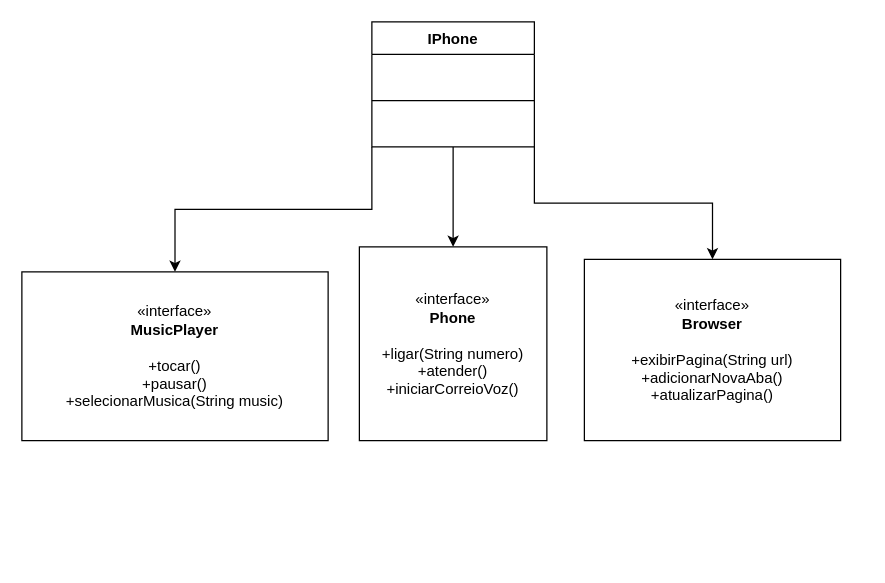
The draw.io diagram iPhone.drawio in bernatrustici/iPhoneUML, before the edit. Source tidied: cells renumbered, new cells numbered last; positions are measured from the earlier drawing's top-left corner, leaving out a move shared by most shapes. Both pictures are drawn from the tidied source at 125%, with x=0, y=0 at pixel (21, 21).
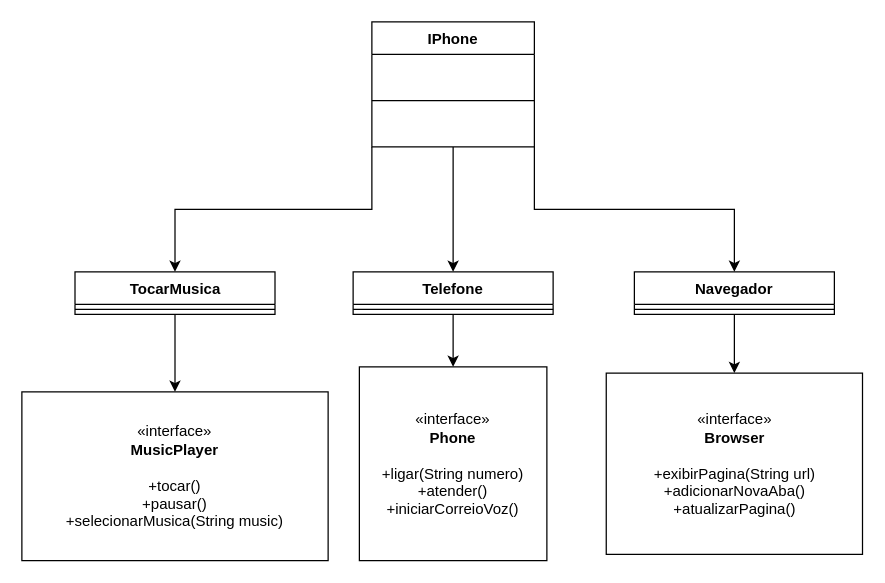
The same diagram, later.

The edit, as a diff of the source:
```diff
@@
 <mxGraphModel>
   <root>
     <mxCell id="0" />
     <mxCell id="1" parent="0" />
-    <mxCell id="2" style="edgeStyle=orthogonalEdgeStyle;rounded=0;jettySize=auto;html=1;exitX=0;exitY=1;exitDx=0;exitDy=0;" parent="1" edge="1" source="5" target="7">
-      <mxGeometry relative="1" as="geometry" />
-    </mxCell>
-    <mxCell id="3" style="edgeStyle=orthogonalEdgeStyle;rounded=0;jettySize=auto;html=1;exitX=0.5;exitY=1;exitDx=0;exitDy=0;" parent="1" edge="1" source="5" target="8">
-      <mxGeometry relative="1" as="geometry" />
-    </mxCell>
-    <mxCell id="4" style="edgeStyle=orthogonalEdgeStyle;rounded=0;jettySize=auto;html=1;exitX=1;exitY=1;exitDx=0;exitDy=0;" parent="1" edge="1" source="5" target="9">
-      <mxGeometry relative="1" as="geometry" />
-    </mxCell>
+    <mxCell id="10" style="edgeStyle=orthogonalEdgeStyle;rounded=0;jettySize=auto;html=1;exitX=0;exitY=1;exitDx=0;exitDy=0;" parent="1" edge="1" source="5" target="14">
+      <mxGeometry relative="1" as="geometry" />
+    </mxCell>
+    <mxCell id="11" style="edgeStyle=orthogonalEdgeStyle;rounded=0;jettySize=auto;html=1;exitX=0.5;exitY=1;exitDx=0;exitDy=0;" parent="1" edge="1" source="5" target="17">
+      <mxGeometry relative="1" as="geometry" />
+    </mxCell>
+    <mxCell id="12" style="edgeStyle=orthogonalEdgeStyle;rounded=0;jettySize=auto;html=1;exitX=1;exitY=1;exitDx=0;exitDy=0;" parent="1" edge="1" source="5" target="20">
+      <mxGeometry relative="1" as="geometry" />
+    </mxCell>
     <mxCell id="5" value="IPhone&lt;div&gt;&lt;br&gt;&lt;/div&gt;" style="swimlane;fontStyle=1;align=center;verticalAlign=top;horizontal=1;startSize=26;whiteSpace=wrap;html=1;" parent="1" vertex="1">
       <mxGeometry x="280" width="130" height="100" as="geometry" />
     </mxCell>
     <mxCell id="6" value="&#10;" style="line;strokeWidth=1;fillColor=none;align=left;verticalAlign=middle;spacingTop=-1;spacingLeft=3;spacingRight=3;labelPosition=right;strokeColor=inherit;" parent="5" vertex="1">
       <mxGeometry y="26" width="130" height="74" as="geometry" />
     </mxCell>
     <mxCell id="7" value="&lt;div&gt;«interface»&lt;/div&gt;&lt;b&gt;MusicPlayer&lt;/b&gt;&lt;div&gt;&lt;br&gt;&lt;/div&gt;&lt;div&gt;+tocar()&lt;/div&gt;&lt;div&gt;+pausar()&lt;/div&gt;&lt;div&gt;+selecionarMusica(String music)&lt;/div&gt;" style="html=1;whiteSpace=wrap;" parent="1" vertex="1">
-      <mxGeometry y="200" width="245" height="135" as="geometry" />
+      <mxGeometry y="296" width="245" height="135" as="geometry" />
     </mxCell>
     <mxCell id="8" value="«interface»&lt;br&gt;&lt;b&gt;Phone&lt;/b&gt;&lt;div&gt;&lt;b&gt;&lt;br&gt;&lt;/b&gt;&lt;/div&gt;&lt;div&gt;&lt;div style=&quot;&quot;&gt;+ligar(String numero)&lt;/div&gt;&lt;div style=&quot;&quot;&gt;+atender()&lt;/div&gt;&lt;div style=&quot;&quot;&gt;+iniciarCorreioVoz()&lt;/div&gt;&lt;/div&gt;" style="html=1;whiteSpace=wrap;" parent="1" vertex="1">
-      <mxGeometry x="270" y="180" width="150" height="155" as="geometry" />
+      <mxGeometry x="270" y="276" width="150" height="155" as="geometry" />
     </mxCell>
     <mxCell id="9" value="«interface»&lt;br&gt;&lt;b&gt;Browser&lt;/b&gt;&lt;div&gt;&lt;b&gt;&lt;br&gt;&lt;/b&gt;&lt;/div&gt;&lt;div&gt;&lt;div style=&quot;&quot;&gt;+exibirPagina(String url)&lt;/div&gt;&lt;div style=&quot;&quot;&gt;+adicionarNovaAba()&lt;/div&gt;&lt;div style=&quot;&quot;&gt;+atualizarPagina()&lt;/div&gt;&lt;/div&gt;" style="html=1;whiteSpace=wrap;" parent="1" vertex="1">
-      <mxGeometry x="450" y="190" width="205" height="145" as="geometry" />
+      <mxGeometry x="467.5" y="281" width="205" height="145" as="geometry" />
     </mxCell>
+    <mxCell id="13" style="edgeStyle=orthogonalEdgeStyle;rounded=0;jettySize=auto;html=1;" parent="1" edge="1" source="14" target="7">
+      <mxGeometry relative="1" as="geometry" />
+    </mxCell>
+    <mxCell id="14" value="TocarMusica&lt;div&gt;&lt;br&gt;&lt;/div&gt;" style="swimlane;fontStyle=1;align=center;verticalAlign=top;horizontal=1;startSize=26;whiteSpace=wrap;html=1;" parent="1" vertex="1">
+      <mxGeometry x="42.5" y="200" width="160" height="34" as="geometry" />
+    </mxCell>
+    <mxCell id="15" style="line;strokeWidth=1;fillColor=none;align=left;verticalAlign=middle;spacingTop=-1;spacingLeft=3;spacingRight=3;labelPosition=right;strokeColor=inherit;" parent="14" vertex="1">
+      <mxGeometry y="26" width="160" height="8" as="geometry" />
+    </mxCell>
+    <mxCell id="16" style="edgeStyle=orthogonalEdgeStyle;rounded=0;jettySize=auto;html=1;" parent="1" edge="1" source="17" target="8">
+      <mxGeometry relative="1" as="geometry" />
+    </mxCell>
+    <mxCell id="17" value="Telefone" style="swimlane;fontStyle=1;align=center;verticalAlign=top;horizontal=1;startSize=26;whiteSpace=wrap;html=1;" parent="1" vertex="1">
+      <mxGeometry x="265" y="200" width="160" height="34" as="geometry" />
+    </mxCell>
+    <mxCell id="18" style="line;strokeWidth=1;fillColor=none;align=left;verticalAlign=middle;spacingTop=-1;spacingLeft=3;spacingRight=3;labelPosition=right;strokeColor=inherit;" parent="17" vertex="1">
+      <mxGeometry y="26" width="160" height="8" as="geometry" />
+    </mxCell>
+    <mxCell id="19" style="edgeStyle=orthogonalEdgeStyle;rounded=0;jettySize=auto;html=1;" parent="1" edge="1" source="20" target="9">
+      <mxGeometry relative="1" as="geometry" />
+    </mxCell>
+    <mxCell id="20" value="Navegador" style="swimlane;fontStyle=1;align=center;verticalAlign=top;horizontal=1;startSize=26;whiteSpace=wrap;html=1;" parent="1" vertex="1">
+      <mxGeometry x="490" y="200" width="160" height="34" as="geometry" />
+    </mxCell>
+    <mxCell id="21" style="line;strokeWidth=1;fillColor=none;align=left;verticalAlign=middle;spacingTop=-1;spacingLeft=3;spacingRight=3;labelPosition=right;strokeColor=inherit;" parent="20" vertex="1">
+      <mxGeometry y="26" width="160" height="8" as="geometry" />
+    </mxCell>
   </root>
 </mxGraphModel>
```
